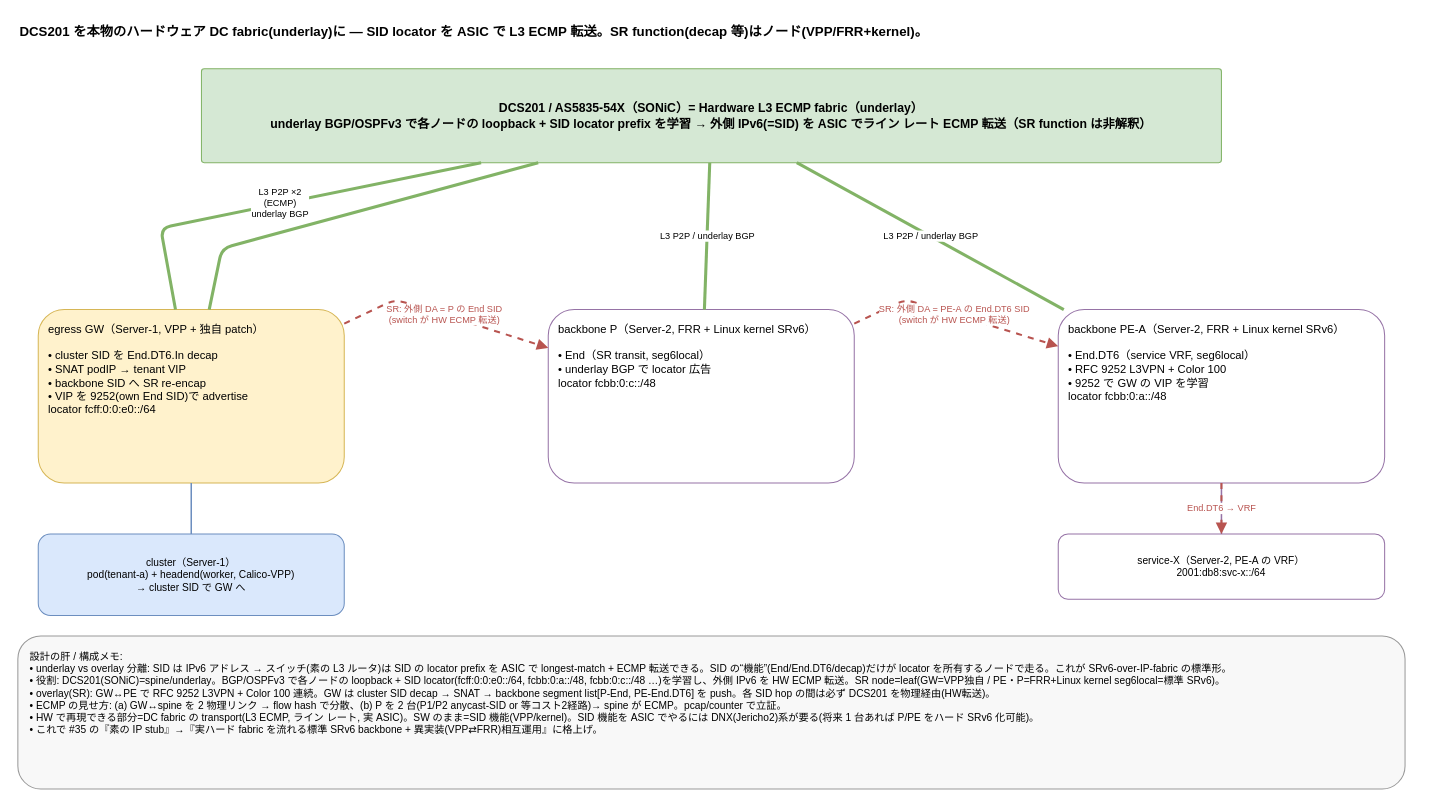
Above: srv6egress/docs/hw-fabric-underlay.drawio in ryskn/vpp-dataplane (draw.io), before the change. Source tidied: cells renumbered, new cells numbered last; positions are measured from the earlier drawing's top-left corner, leaving out a move shared by most shapes. Both pictures are drawn from the tidied source at 102%, with x=0, y=0 at pixel (17, 17).
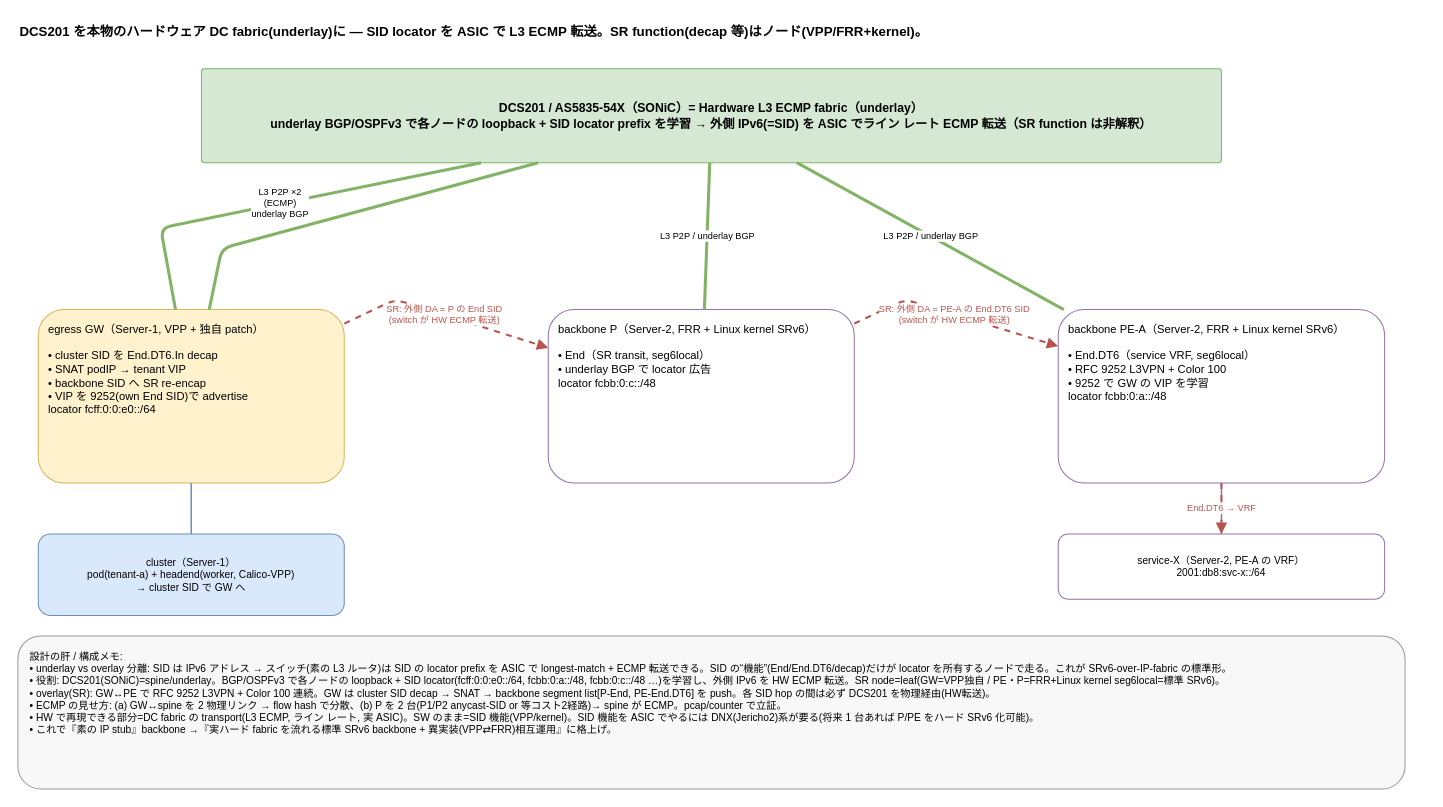
The same page after the edit.

Commit message (it also covers changes not shown here):
docs(srv6egress): add full-feature testbed runbook + anycast service-X

The edit, as a diff of the source:
```diff
@@
-    <mxCell id="18" value="設計の肝 / 構成メモ:&#10;• underlay vs overlay 分離: SID は IPv6 アドレス → スイッチ(素の L3 ルータ)は SID の locator prefix を ASIC で longest-match + ECMP 転送できる。SID の“機能”(End/End.DT6/decap)だけが locator を所有するノードで走る。これが SRv6-over-IP-fabric の標準形。&#10;• 役割: DCS201(SONiC)=spine/underlay。BGP/OSPFv3 で各ノードの loopback + SID locator(fcff:0:0:e0::/64, fcbb:0:a::/48, fcbb:0:c::/48 …)を学習し、外側 IPv6 を HW ECMP 転送。SR node=leaf(GW=VPP独自 / PE・P=FRR+Linux kernel seg6local=標準 SRv6)。&#10;• overlay(SR): GW↔PE で RFC 9252 L3VPN + Color 100 連続。GW は cluster SID decap → SNAT → backbone segment list[P-End, PE-End.DT6] を push。各 SID hop の間は必ず DCS201 を物理経由(HW転送)。&#10;• ECMP の見せ方: (a) GW↔spine を 2 物理リンク → flow hash で分散、(b) P を 2 台(P1/P2 anycast-SID or 等コスト2経路)→ spine が ECMP。pcap/counter で立証。&#10;• HW で再現できる部分=DC fabric の transport(L3 ECMP, ライン レート, 実 ASIC)。SW のまま=SID 機能(VPP/kernel)。SID 機能を ASIC でやるには DNX(Jericho2)系が要る(将来 1 台あれば P/PE をハード SRv6 化可能)。&#10;• これで #35 の『素の IP stub』→『実ハード fabric を流れる標準 SRv6 backbone + 異実装(VPP⇄FRR)相互運用』に格上げ。" style="rounded=1;whiteSpace=wrap;html=1;fillColor=#f8f8f8;strokeColor=#999999;align=left;verticalAlign=top;fontSize=10;spacingLeft=10;spacingTop=8;" parent="1" vertex="1">
+    <mxCell id="18" value="設計の肝 / 構成メモ:&#10;• underlay vs overlay 分離: SID は IPv6 アドレス → スイッチ(素の L3 ルータ)は SID の locator prefix を ASIC で longest-match + ECMP 転送できる。SID の“機能”(End/End.DT6/decap)だけが locator を所有するノードで走る。これが SRv6-over-IP-fabric の標準形。&#10;• 役割: DCS201(SONiC)=spine/underlay。BGP/OSPFv3 で各ノードの loopback + SID locator(fcff:0:0:e0::/64, fcbb:0:a::/48, fcbb:0:c::/48 …)を学習し、外側 IPv6 を HW ECMP 転送。SR node=leaf(GW=VPP独自 / PE・P=FRR+Linux kernel seg6local=標準 SRv6)。&#10;• overlay(SR): GW↔PE で RFC 9252 L3VPN + Color 100 連続。GW は cluster SID decap → SNAT → backbone segment list[P-End, PE-End.DT6] を push。各 SID hop の間は必ず DCS201 を物理経由(HW転送)。&#10;• ECMP の見せ方: (a) GW↔spine を 2 物理リンク → flow hash で分散、(b) P を 2 台(P1/P2 anycast-SID or 等コスト2経路)→ spine が ECMP。pcap/counter で立証。&#10;• HW で再現できる部分=DC fabric の transport(L3 ECMP, ライン レート, 実 ASIC)。SW のまま=SID 機能(VPP/kernel)。SID 機能を ASIC でやるには DNX(Jericho2)系が要る(将来 1 台あれば P/PE をハード SRv6 化可能)。&#10;• これで『素の IP stub』backbone →『実ハード fabric を流れる標準 SRv6 backbone + 異実装(VPP⇄FRR)相互運用』に格上げ。" style="rounded=1;whiteSpace=wrap;html=1;fillColor=#f8f8f8;strokeColor=#999999;align=left;verticalAlign=top;fontSize=10;spacingLeft=10;spacingTop=8;" parent="1" vertex="1">
       <mxGeometry y="606" width="1360" height="150" as="geometry" />
     </mxCell>
```
